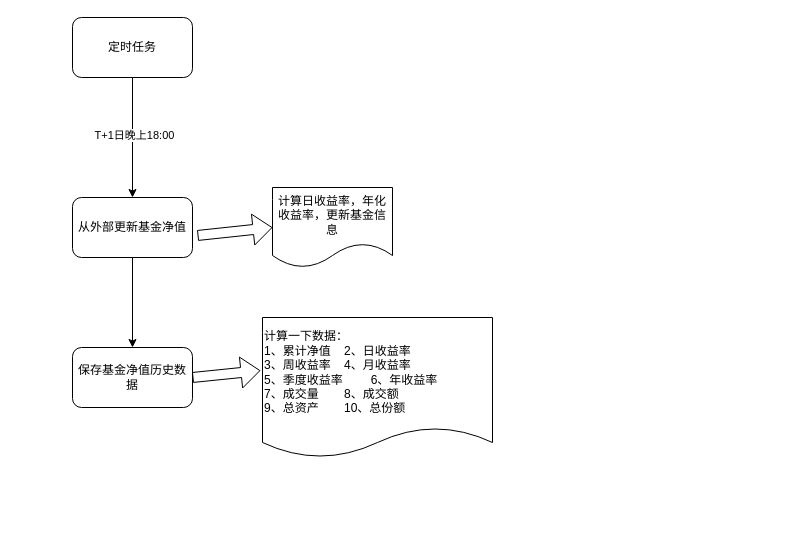
Earlier version of the draw.io diagram page "基金每日更新流程" (1 of 2) of fund-platform/fund-platform.drawio (xiaomingcong/my-draw-io-chart). Source tidied: cells renumbered, new cells numbered last; positions are measured from the earlier drawing's top-left corner, leaving out a move shared by most shapes. Both pictures are drawn from the tidied source at 100%, with x=0, y=0 at pixel (72, 17).
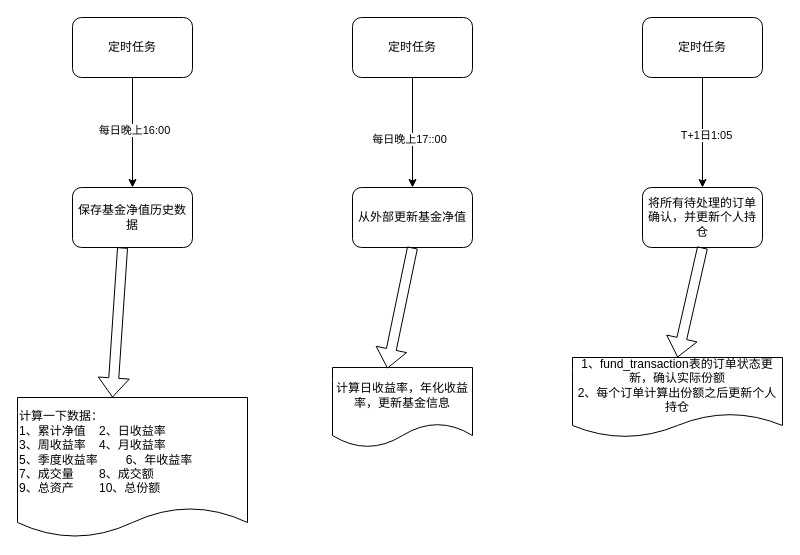
Above is the later version.

The edit, as a diff of the source:
```diff
@@
 <mxGraphModel>
   <root>
     <mxCell id="0" />
     <mxCell id="1" parent="0" />
-    <mxCell id="2" style="edgeStyle=orthogonalEdgeStyle;rounded=0;jettySize=auto;html=1;entryX=0.5;entryY=0;entryDx=0;entryDy=0;" parent="1" edge="1" source="4" target="6">
+    <mxCell id="2" style="edgeStyle=orthogonalEdgeStyle;rounded=0;jettySize=auto;html=1;entryX=0.5;entryY=0;entryDx=0;entryDy=0;" parent="1" edge="1" source="4" target="7">
       <mxGeometry relative="1" as="geometry" />
     </mxCell>
-    <mxCell id="3" value="T+1日晚上18:00" style="edgeLabel;html=1;align=center;verticalAlign=middle;" parent="2" vertex="1">
+    <mxCell id="3" value="每日晚上16:00" style="edgeLabel;html=1;align=center;verticalAlign=middle;" parent="2" vertex="1">
       <mxGeometry x="-0.05" y="1" relative="1" as="geometry" />
     </mxCell>
     <mxCell id="4" value="定时任务" style="rounded=1;whiteSpace=wrap;html=1;" parent="1" vertex="1">
       <mxGeometry width="120" height="60" as="geometry" />
     </mxCell>
-    <mxCell id="5" style="edgeStyle=orthogonalEdgeStyle;rounded=0;jettySize=auto;html=1;entryX=0.5;entryY=0;entryDx=0;entryDy=0;" parent="1" edge="1" source="6" target="7">
-      <mxGeometry relative="1" as="geometry" />
-    </mxCell>
     <mxCell id="6" value="从外部更新基金净值" style="rounded=1;whiteSpace=wrap;html=1;" parent="1" vertex="1">
-      <mxGeometry y="180" width="120" height="60" as="geometry" />
+      <mxGeometry x="280" y="170" width="120" height="60" as="geometry" />
     </mxCell>
     <mxCell id="7" value="保存基金净值历史数据" style="rounded=1;whiteSpace=wrap;html=1;" parent="1" vertex="1">
-      <mxGeometry y="330" width="120" height="60" as="geometry" />
+      <mxGeometry y="170" width="120" height="60" as="geometry" />
     </mxCell>
     <mxCell id="8" value="计算一下数据：&lt;div&gt;1、累计净值&amp;nbsp;&lt;span style=&quot;white-space: pre;&quot;&gt;&#9;&lt;/span&gt;&lt;span style=&quot;background-color: transparent; color: light-dark(rgb(0, 0, 0), rgb(255, 255, 255));&quot;&gt;2、日收益率&lt;/span&gt;&lt;/div&gt;&lt;div&gt;3、周收益率&lt;span style=&quot;white-space: pre;&quot;&gt;&#9;&lt;/span&gt;&lt;span style=&quot;background-color: transparent; color: light-dark(rgb(0, 0, 0), rgb(255, 255, 255));&quot;&gt;4、月收益率&lt;/span&gt;&lt;/div&gt;&lt;div&gt;5、季度收益率&lt;span style=&quot;white-space: pre;&quot;&gt;&#9;&lt;/span&gt;&lt;span style=&quot;background-color: transparent; color: light-dark(rgb(0, 0, 0), rgb(255, 255, 255));&quot;&gt;6、年收益率&lt;/span&gt;&lt;/div&gt;&lt;div&gt;7、成交量&lt;span style=&quot;white-space: pre;&quot;&gt;&#9;&lt;/span&gt;&lt;span style=&quot;background-color: transparent; color: light-dark(rgb(0, 0, 0), rgb(255, 255, 255));&quot;&gt;8、成交额&lt;/span&gt;&lt;/div&gt;&lt;div style=&quot;&quot;&gt;9、总资产&lt;span style=&quot;white-space: pre;&quot;&gt;&#9;&lt;/span&gt;&lt;span style=&quot;background-color: transparent; color: light-dark(rgb(0, 0, 0), rgb(255, 255, 255));&quot;&gt;10、总份额&lt;/span&gt;&lt;/div&gt;" style="shape=document;whiteSpace=wrap;html=1;boundedLbl=1;align=left;size=0.21428571428571427;" parent="1" vertex="1">
-      <mxGeometry x="190" y="300" width="230" height="140" as="geometry" />
+      <mxGeometry x="-55" y="380" width="230" height="140" as="geometry" />
     </mxCell>
     <mxCell id="9" value="计算日收益率，年化收益率，更新基金信息" style="shape=document;whiteSpace=wrap;html=1;boundedLbl=1;" parent="1" vertex="1">
-      <mxGeometry x="200" y="170" width="120" height="80" as="geometry" />
+      <mxGeometry x="260" y="350" width="140" height="80" as="geometry" />
     </mxCell>
-    <mxCell id="10" style="shape=flexArrow;endArrow=classic;html=1;rounded=0;entryX=0;entryY=0.5;entryDx=0;entryDy=0;exitX=1.042;exitY=0.633;exitDx=0;exitDy=0;exitPerimeter=0;" parent="1" edge="1" source="6" target="9">
+    <mxCell id="10" style="shape=flexArrow;endArrow=classic;html=1;rounded=0;entryX=0.392;entryY=0.013;entryDx=0;entryDy=0;exitX=0.5;exitY=1;exitDx=0;exitDy=0;entryPerimeter=0;" parent="1" edge="1" source="6" target="9">
       <mxGeometry relative="1" as="geometry" />
     </mxCell>
-    <mxCell id="11" style="shape=flexArrow;endArrow=classic;html=1;rounded=0;entryX=-0.009;entryY=0.379;entryDx=0;entryDy=0;entryPerimeter=0;exitX=1;exitY=0.5;exitDx=0;exitDy=0;" parent="1" edge="1" source="7" target="8">
+    <mxCell id="11" style="shape=flexArrow;endArrow=classic;html=1;rounded=0;entryX=0.413;entryY=0;entryDx=0;entryDy=0;entryPerimeter=0;exitX=0.417;exitY=1;exitDx=0;exitDy=0;exitPerimeter=0;" parent="1" edge="1" source="7" target="8">
       <mxGeometry relative="1" as="geometry" />
     </mxCell>
+    <mxCell id="12" value="定时任务" style="rounded=1;whiteSpace=wrap;html=1;" parent="1" vertex="1">
+      <mxGeometry x="280" width="120" height="60" as="geometry" />
+    </mxCell>
+    <mxCell id="13" style="edgeStyle=orthogonalEdgeStyle;rounded=0;jettySize=auto;html=1;entryX=0.5;entryY=0;entryDx=0;entryDy=0;" parent="1" edge="1" source="12" target="6">
+      <mxGeometry relative="1" as="geometry" />
+    </mxCell>
+    <mxCell id="14" value="每日晚上17::00" style="edgeLabel;html=1;align=center;verticalAlign=middle;" parent="13" vertex="1">
+      <mxGeometry x="0.1" y="-4" relative="1" as="geometry" />
+    </mxCell>
+    <mxCell id="15" style="edgeStyle=orthogonalEdgeStyle;rounded=0;jettySize=auto;html=1;entryX=0.5;entryY=0;entryDx=0;entryDy=0;" parent="1" edge="1" source="17" target="18">
+      <mxGeometry relative="1" as="geometry" />
+    </mxCell>
+    <mxCell id="16" value="T+1日1:05" style="edgeLabel;html=1;align=center;verticalAlign=middle;" parent="15" vertex="1">
+      <mxGeometry x="0.03" y="3" relative="1" as="geometry" />
+    </mxCell>
+    <mxCell id="17" value="定时任务" style="rounded=1;whiteSpace=wrap;html=1;" parent="1" vertex="1">
+      <mxGeometry x="570" width="120" height="60" as="geometry" />
+    </mxCell>
+    <mxCell id="18" value="将所有待处理的订单确认，并更新个人持仓" style="rounded=1;whiteSpace=wrap;html=1;" parent="1" vertex="1">
+      <mxGeometry x="570" y="170" width="120" height="60" as="geometry" />
+    </mxCell>
+    <mxCell id="19" value="1、fund_transaction表的订单状态更新，确认实际份额&lt;div&gt;2、每个订单计算出份额之后更新个人持仓&lt;/div&gt;" style="shape=document;whiteSpace=wrap;html=1;boundedLbl=1;" parent="1" vertex="1">
+      <mxGeometry x="500" y="340" width="210" height="80" as="geometry" />
+    </mxCell>
+    <mxCell id="20" style="shape=flexArrow;endArrow=classic;html=1;rounded=0;entryX=0.5;entryY=0;entryDx=0;entryDy=0;exitX=0.5;exitY=1;exitDx=0;exitDy=0;" parent="1" edge="1" source="18" target="19">
+      <mxGeometry relative="1" as="geometry" />
+    </mxCell>
   </root>
 </mxGraphModel>
```
